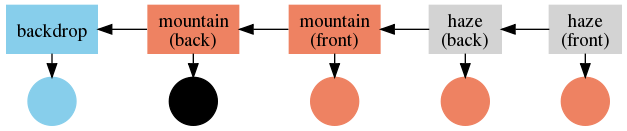
Above: sqlgraphics/spot_transform.png in built/osbridge10 (Graphviz), before the change. Its source is kept beside it as sqlgraphics/spot_transform.dot.
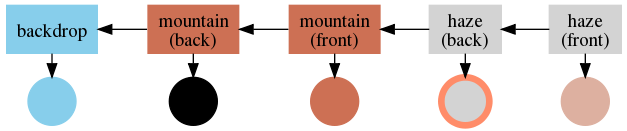
The same file after the commit.

Commit message:
Making spot_transform illo show how alpha works

Diff of the diagram source:
```diff
@@ -3,16 +3,16 @@
     node [shape=box style=filled];
     haze_f [label="haze\n(front)"     color=lightgrey];
     haze_b [label="haze\n(back)"      color=lightgrey];
-    mount_f [label="mountain\n(front)" color=salmon2];
-    mount_b [label="mountain\n(back)"  color=salmon2];
+    mount_f [label="mountain\n(front)" color=salmon3];
+    mount_b [label="mountain\n(back)"  color=salmon3];
     backdrop [color=skyblue];
 
     node [shape=circle label="" style=filled];
     c0 [color=skyblue]; backdrop -> c0;
     c1 [color=black]; mount_b -> c1;
-    c2 [color=salmon2]; mount_f -> c2;
-    c3 [color=salmon2]; haze_b -> c3;
-    c4 [color=salmon2]; haze_f -> c4;
+    c2 [color=salmon3]; mount_f -> c2;
+    c3 [fillcolor=lightgrey color=salmon1 penwidth=5]; haze_b -> c3;
+    c4 [color="#ddb0a0"]; haze_f -> c4;
 
     { rank=same; c0; backdrop;}
     { rank=same; c1; mount_b;}
```
